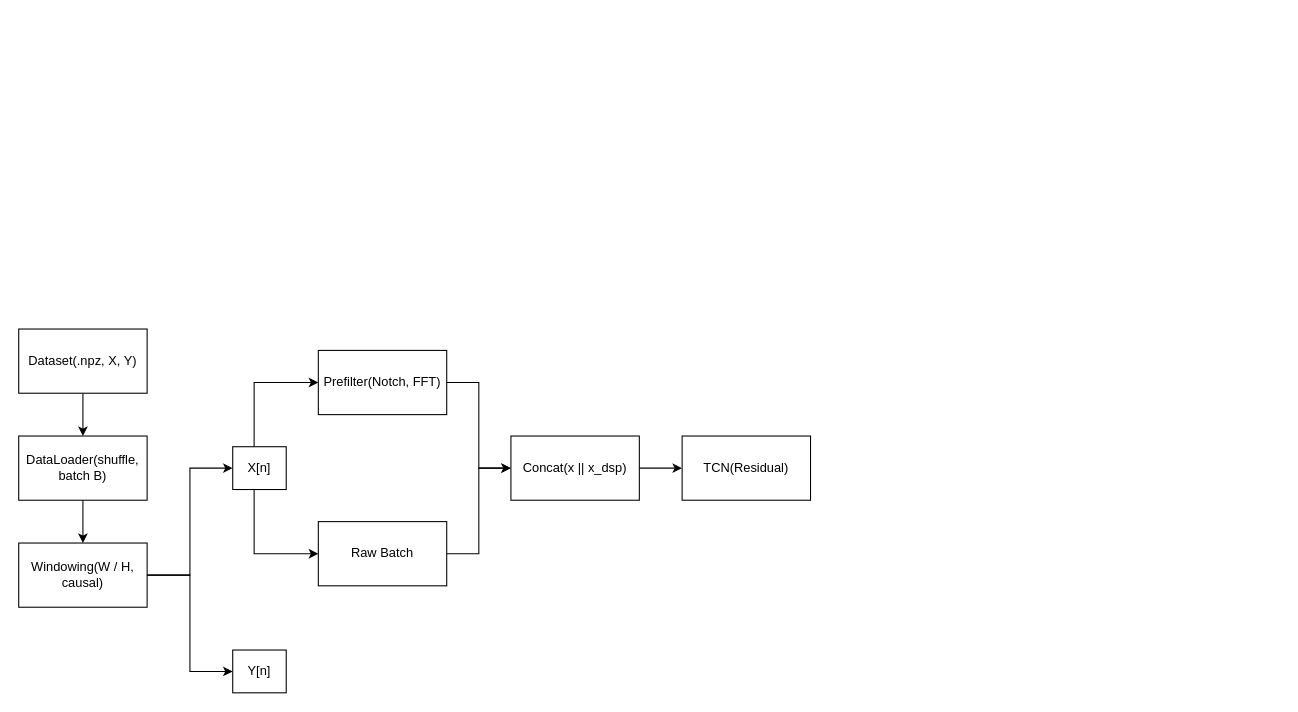
The draw.io diagram figures/dsp_ml_chain_diagram.drawio in Niclasapdk/es7_project, before the edit. Source tidied: cells renumbered, new cells numbered last; positions are measured from the earlier drawing's top-left corner, leaving out a move shared by most shapes. Both pictures are drawn from the tidied source at 107%, with x=0, y=0 at pixel (18, 328).
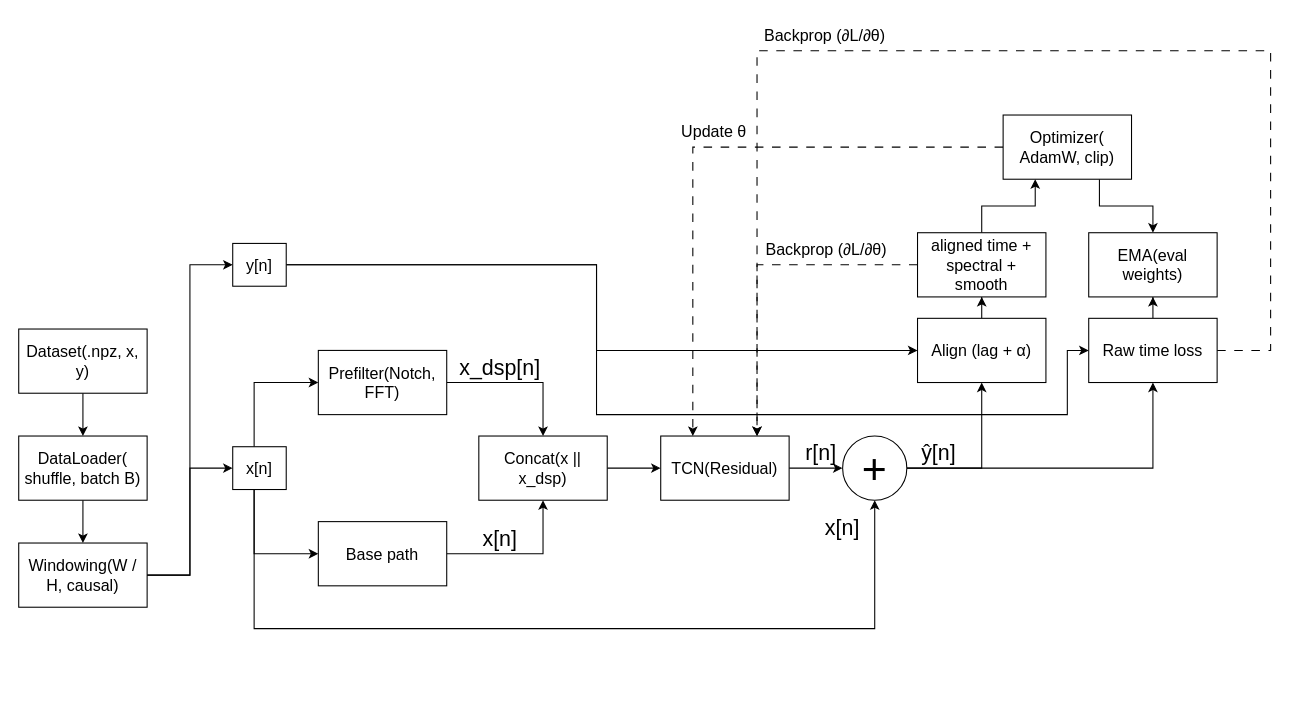
Above is the later version.

Change to the diagram source:
```diff
@@
-    <mxCell id="3" value="Dataset(.npz, X, Y)" style="rounded=0;whiteSpace=wrap;html=1;" parent="1" vertex="1">
+    <mxCell id="3" value="&lt;font style=&quot;font-size: 15px;&quot;&gt;Dataset(.npz, x, y)&lt;/font&gt;" style="rounded=0;whiteSpace=wrap;html=1;" parent="1" vertex="1">
       <mxGeometry width="120" height="60" as="geometry" />
     </mxCell>
@@
-    <mxCell id="5" value="DataLoader(shuffle, batch B)" style="rounded=0;whiteSpace=wrap;html=1;" parent="1" vertex="1">
+    <mxCell id="5" value="&lt;font style=&quot;font-size: 15px;&quot;&gt;DataLoader( shuffle, batch B)&lt;/font&gt;" style="rounded=0;whiteSpace=wrap;html=1;" parent="1" vertex="1">
       <mxGeometry y="100" width="120" height="60" as="geometry" />
     </mxCell>
@@
-    <mxCell id="7" value="Windowing(W / H, causal)" style="rounded=0;whiteSpace=wrap;html=1;" parent="1" vertex="1">
+    <mxCell id="7" value="&lt;font style=&quot;font-size: 15px;&quot;&gt;Windowing(W / H, causal)&lt;/font&gt;" style="rounded=0;whiteSpace=wrap;html=1;" parent="1" vertex="1">
       <mxGeometry y="200" width="120" height="60" as="geometry" />
     </mxCell>
@@
+    <mxCell id="20" style="edgeStyle=orthogonalEdgeStyle;rounded=0;jettySize=auto;html=1;entryX=0.5;entryY=1;entryDx=0;entryDy=0;" parent="1" edge="1" source="11">
+      <mxGeometry relative="1" as="geometry">
+        <mxPoint x="800" y="160" as="targetPoint" />
+        <Array as="points">
+          <mxPoint x="220" y="280" />
+          <mxPoint x="800" y="280" />
+        </Array>
+      </mxGeometry>
+    </mxCell>
-    <mxCell id="11" value="X[n]" style="rounded=0;whiteSpace=wrap;html=1;" parent="1" vertex="1">
+    <mxCell id="11" value="&lt;font style=&quot;font-size: 15px;&quot;&gt;x[n]&lt;/font&gt;" style="rounded=0;whiteSpace=wrap;html=1;" parent="1" vertex="1">
       <mxGeometry x="200" y="110" width="50" height="40" as="geometry" />
     </mxCell>
-    <mxCell id="12" style="edgeStyle=orthogonalEdgeStyle;rounded=0;jettySize=auto;html=1;entryX=0;entryY=0.5;entryDx=0;entryDy=0;" parent="1" edge="1" source="13" target="17">
+    <mxCell id="12" style="edgeStyle=orthogonalEdgeStyle;rounded=0;jettySize=auto;html=1;entryX=0.5;entryY=1;entryDx=0;entryDy=0;" parent="1" edge="1" source="13" target="17">
       <mxGeometry relative="1" as="geometry" />
     </mxCell>
-    <mxCell id="13" value="Raw Batch" style="rounded=0;whiteSpace=wrap;html=1;" parent="1" vertex="1">
+    <mxCell id="13" value="&lt;font style=&quot;font-size: 15px;&quot;&gt;Base path&lt;/font&gt;" style="rounded=0;whiteSpace=wrap;html=1;" parent="1" vertex="1">
       <mxGeometry x="280" y="180" width="120" height="60" as="geometry" />
     </mxCell>
-    <mxCell id="14" style="edgeStyle=orthogonalEdgeStyle;rounded=0;jettySize=auto;html=1;entryX=0;entryY=0.5;entryDx=0;entryDy=0;" parent="1" edge="1" source="15" target="17">
+    <mxCell id="14" style="edgeStyle=orthogonalEdgeStyle;rounded=0;jettySize=auto;html=1;entryX=0.5;entryY=0;entryDx=0;entryDy=0;" parent="1" edge="1" source="15" target="17">
       <mxGeometry relative="1" as="geometry" />
     </mxCell>
-    <mxCell id="15" value="Prefilter(Notch, FFT)" style="rounded=0;whiteSpace=wrap;html=1;" parent="1" vertex="1">
+    <mxCell id="15" value="&lt;font style=&quot;font-size: 15px;&quot;&gt;Prefilter(Notch, FFT)&lt;/font&gt;" style="rounded=0;whiteSpace=wrap;html=1;" parent="1" vertex="1">
       <mxGeometry x="280" y="20" width="120" height="60" as="geometry" />
     </mxCell>
@@
-    <mxCell id="17" value="Concat(x || x_dsp)" style="rounded=0;whiteSpace=wrap;html=1;" parent="1" vertex="1">
-      <mxGeometry x="460" y="100" width="120" height="60" as="geometry" />
+    <mxCell id="17" value="&lt;font style=&quot;font-size: 15px;&quot;&gt;Concat(x || x_dsp)&lt;/font&gt;" style="rounded=0;whiteSpace=wrap;html=1;" parent="1" vertex="1">
+      <mxGeometry x="430" y="100" width="120" height="60" as="geometry" />
     </mxCell>
+    <mxCell id="21" style="edgeStyle=orthogonalEdgeStyle;rounded=0;jettySize=auto;html=1;entryX=0;entryY=0.5;entryDx=0;entryDy=0;" parent="1" edge="1" source="18" target="33">
+      <mxGeometry relative="1" as="geometry">
+        <Array as="points">
+          <mxPoint x="540" y="-60" />
+          <mxPoint x="540" y="20" />
+        </Array>
+      </mxGeometry>
+    </mxCell>
+    <mxCell id="22" style="edgeStyle=orthogonalEdgeStyle;rounded=0;jettySize=auto;html=1;entryX=0;entryY=0.5;entryDx=0;entryDy=0;" parent="1" edge="1" source="18" target="36">
+      <mxGeometry relative="1" as="geometry">
+        <Array as="points">
+          <mxPoint x="540" y="-60" />
+          <mxPoint x="540" y="80" />
+          <mxPoint x="980" y="80" />
+          <mxPoint x="980" y="20" />
+        </Array>
+      </mxGeometry>
+    </mxCell>
-    <mxCell id="18" value="Y[n]" style="rounded=0;whiteSpace=wrap;html=1;" parent="1" vertex="1">
-      <mxGeometry x="200" y="300" width="50" height="40" as="geometry" />
+    <mxCell id="18" value="&lt;font style=&quot;font-size: 15px;&quot;&gt;y[n]&lt;/font&gt;" style="rounded=0;whiteSpace=wrap;html=1;" parent="1" vertex="1">
+      <mxGeometry x="200" y="-80" width="50" height="40" as="geometry" />
     </mxCell>
+    <mxCell id="23" style="edgeStyle=orthogonalEdgeStyle;rounded=0;jettySize=auto;html=1;entryX=0;entryY=0.5;entryDx=0;entryDy=0;" parent="1" edge="1" source="19">
+      <mxGeometry relative="1" as="geometry">
+        <mxPoint x="770" y="130" as="targetPoint" />
+      </mxGeometry>
+    </mxCell>
-    <mxCell id="19" value="TCN(Residual)" style="rounded=0;whiteSpace=wrap;html=1;" parent="1" vertex="1">
-      <mxGeometry x="620" y="100" width="120" height="60" as="geometry" />
+    <mxCell id="19" value="&lt;font style=&quot;font-size: 15px;&quot;&gt;TCN(Residual)&lt;/font&gt;" style="rounded=0;whiteSpace=wrap;html=1;" parent="1" vertex="1">
+      <mxGeometry x="600" y="100" width="120" height="60" as="geometry" />
     </mxCell>
+    <mxCell id="24" value="&lt;font style=&quot;font-size: 20px;&quot;&gt;x_dsp[n]&lt;/font&gt;" style="text;html=1;whiteSpace=wrap;strokeColor=none;fillColor=none;align=center;verticalAlign=middle;rounded=0;" parent="1" vertex="1">
+      <mxGeometry x="420" y="20" width="60" height="30" as="geometry" />
+    </mxCell>
+    <mxCell id="25" value="&lt;font style=&quot;font-size: 20px;&quot;&gt;x[n]&lt;/font&gt;" style="text;html=1;whiteSpace=wrap;strokeColor=none;fillColor=none;align=center;verticalAlign=middle;rounded=0;" parent="1" vertex="1">
+      <mxGeometry x="420" y="180" width="60" height="30" as="geometry" />
+    </mxCell>
+    <mxCell id="26" style="edgeStyle=orthogonalEdgeStyle;rounded=0;jettySize=auto;html=1;entryX=0.5;entryY=1;entryDx=0;entryDy=0;" parent="1" edge="1" source="28" target="33">
+      <mxGeometry relative="1" as="geometry" />
+    </mxCell>
+    <mxCell id="27" style="edgeStyle=orthogonalEdgeStyle;rounded=0;jettySize=auto;html=1;entryX=0.5;entryY=1;entryDx=0;entryDy=0;" parent="1" edge="1" source="28" target="36">
+      <mxGeometry relative="1" as="geometry" />
+    </mxCell>
+    <mxCell id="28" value="&lt;font style=&quot;font-size: 40px;&quot;&gt;+&lt;/font&gt;" style="ellipse;whiteSpace=wrap;html=1;" parent="1" vertex="1">
+      <mxGeometry x="770" y="100" width="60" height="60" as="geometry" />
+    </mxCell>
+    <mxCell id="29" value="&lt;font style=&quot;font-size: 20px;&quot;&gt;r[n]&lt;/font&gt;" style="text;html=1;whiteSpace=wrap;strokeColor=none;fillColor=none;align=center;verticalAlign=middle;rounded=0;" parent="1" vertex="1">
+      <mxGeometry x="720" y="100" width="60" height="30" as="geometry" />
+    </mxCell>
+    <mxCell id="30" value="&lt;font style=&quot;font-size: 20px;&quot;&gt;x[n]&lt;/font&gt;" style="text;html=1;whiteSpace=wrap;strokeColor=none;fillColor=none;align=center;verticalAlign=middle;rounded=0;" parent="1" vertex="1">
+      <mxGeometry x="740" y="170" width="60" height="30" as="geometry" />
+    </mxCell>
+    <mxCell id="31" value="&lt;font style=&quot;font-size: 20px;&quot;&gt;ŷ[n]&lt;/font&gt;" style="text;html=1;whiteSpace=wrap;strokeColor=none;fillColor=none;align=center;verticalAlign=middle;rounded=0;" parent="1" vertex="1">
+      <mxGeometry x="830" y="100" width="60" height="30" as="geometry" />
+    </mxCell>
+    <mxCell id="32" style="edgeStyle=orthogonalEdgeStyle;rounded=0;jettySize=auto;html=1;entryX=0.5;entryY=1;entryDx=0;entryDy=0;" parent="1" edge="1" source="33" target="39">
+      <mxGeometry relative="1" as="geometry" />
+    </mxCell>
+    <mxCell id="33" value="&lt;font style=&quot;font-size: 15px;&quot;&gt;Align (lag +&amp;nbsp;α)&lt;/font&gt;" style="rounded=0;whiteSpace=wrap;html=1;" parent="1" vertex="1">
+      <mxGeometry x="840" y="-10" width="120" height="60" as="geometry" />
+    </mxCell>
+    <mxCell id="34" style="edgeStyle=orthogonalEdgeStyle;rounded=0;jettySize=auto;html=1;entryX=0.5;entryY=1;entryDx=0;entryDy=0;" parent="1" edge="1" source="36" target="43">
+      <mxGeometry relative="1" as="geometry" />
+    </mxCell>
+    <mxCell id="35" style="edgeStyle=orthogonalEdgeStyle;rounded=0;jettySize=auto;html=1;entryX=0.75;entryY=0;entryDx=0;entryDy=0;dashed=1;dashPattern=8 8;" parent="1" edge="1" source="36" target="19">
+      <mxGeometry relative="1" as="geometry">
+        <Array as="points">
+          <mxPoint x="1170" y="20" />
+          <mxPoint x="1170" y="-260" />
+          <mxPoint x="690" y="-260" />
+        </Array>
+      </mxGeometry>
+    </mxCell>
+    <mxCell id="36" value="&lt;font style=&quot;font-size: 15px;&quot;&gt;Raw time loss&lt;/font&gt;" style="rounded=0;whiteSpace=wrap;html=1;" parent="1" vertex="1">
+      <mxGeometry x="1000" y="-10" width="120" height="60" as="geometry" />
+    </mxCell>
+    <mxCell id="37" style="edgeStyle=orthogonalEdgeStyle;rounded=0;jettySize=auto;html=1;entryX=0.25;entryY=1;entryDx=0;entryDy=0;" parent="1" edge="1" source="39" target="42">
+      <mxGeometry relative="1" as="geometry" />
+    </mxCell>
+    <mxCell id="38" style="edgeStyle=orthogonalEdgeStyle;rounded=0;jettySize=auto;html=1;entryX=0.75;entryY=0;entryDx=0;entryDy=0;dashed=1;dashPattern=8 8;" parent="1" edge="1" source="39" target="19">
+      <mxGeometry relative="1" as="geometry">
+        <Array as="points">
+          <mxPoint x="690" y="-60" />
+        </Array>
+      </mxGeometry>
+    </mxCell>
+    <mxCell id="39" value="&lt;font style=&quot;font-size: 15px;&quot;&gt;aligned time + spectral + smooth&lt;/font&gt;" style="rounded=0;whiteSpace=wrap;html=1;" parent="1" vertex="1">
+      <mxGeometry x="840" y="-90" width="120" height="60" as="geometry" />
+    </mxCell>
+    <mxCell id="40" style="edgeStyle=orthogonalEdgeStyle;rounded=0;jettySize=auto;html=1;entryX=0.5;entryY=0;entryDx=0;entryDy=0;" parent="1" edge="1" source="42" target="43">
+      <mxGeometry relative="1" as="geometry">
+        <Array as="points">
+          <mxPoint x="1010" y="-115" />
+          <mxPoint x="1060" y="-115" />
+        </Array>
+      </mxGeometry>
+    </mxCell>
+    <mxCell id="41" style="edgeStyle=orthogonalEdgeStyle;rounded=0;jettySize=auto;html=1;dashed=1;dashPattern=8 8;entryX=0.25;entryY=0;entryDx=0;entryDy=0;" parent="1" edge="1" source="42" target="19">
+      <mxGeometry relative="1" as="geometry" />
+    </mxCell>
+    <mxCell id="42" value="&lt;font style=&quot;font-size: 15px;&quot;&gt;Optimizer( AdamW, clip)&lt;/font&gt;" style="rounded=0;whiteSpace=wrap;html=1;" parent="1" vertex="1">
+      <mxGeometry x="920" y="-200" width="120" height="60" as="geometry" />
+    </mxCell>
+    <mxCell id="43" value="&lt;font style=&quot;font-size: 15px;&quot;&gt;EMA(eval weights)&lt;/font&gt;" style="rounded=0;whiteSpace=wrap;html=1;" parent="1" vertex="1">
+      <mxGeometry x="1000" y="-90" width="120" height="60" as="geometry" />
+    </mxCell>
+    <mxCell id="44" value="&lt;font style=&quot;font-size: 15px;&quot;&gt;Backprop (∂L/∂θ)&lt;/font&gt;" style="text;html=1;whiteSpace=wrap;strokeColor=none;fillColor=none;align=center;verticalAlign=middle;rounded=0;" parent="1" vertex="1">
+      <mxGeometry x="690" y="-90" width="130" height="30" as="geometry" />
+    </mxCell>
+    <mxCell id="45" value="&lt;font style=&quot;font-size: 15px;&quot;&gt;Update&amp;nbsp;θ&lt;/font&gt;" style="text;html=1;whiteSpace=wrap;strokeColor=none;fillColor=none;align=center;verticalAlign=middle;rounded=0;" parent="1" vertex="1">
+      <mxGeometry x="620" y="-200" width="60" height="30" as="geometry" />
+    </mxCell>
+    <mxCell id="46" value="&lt;font style=&quot;font-size: 15px;&quot;&gt;Backprop (∂L/∂θ)&lt;/font&gt;" style="text;whiteSpace=wrap;html=1;" parent="1" vertex="1">
+      <mxGeometry x="695" y="-290" width="150" height="40" as="geometry" />
+    </mxCell>
```
